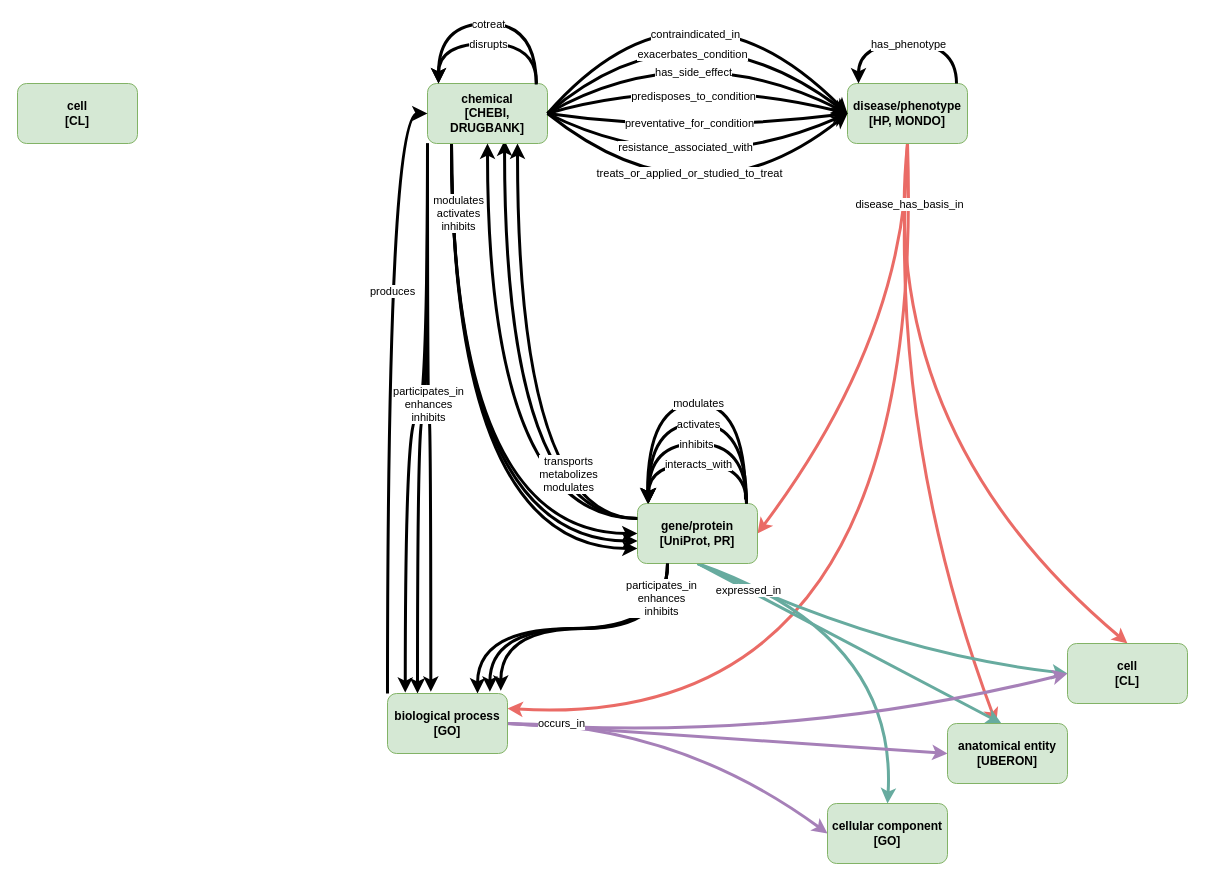
This is docs/tmkp-targeted-kg.drawio from UCDenver-ccp/translator-relation-extraction, a draw.io file, before an edit. Source tidied: cells renumbered, new cells numbered last; positions are measured from the earlier drawing's top-left corner, leaving out a move shared by most shapes. Both pictures are drawn from the tidied source at 100%, with x=0, y=0 at pixel (17, -47).
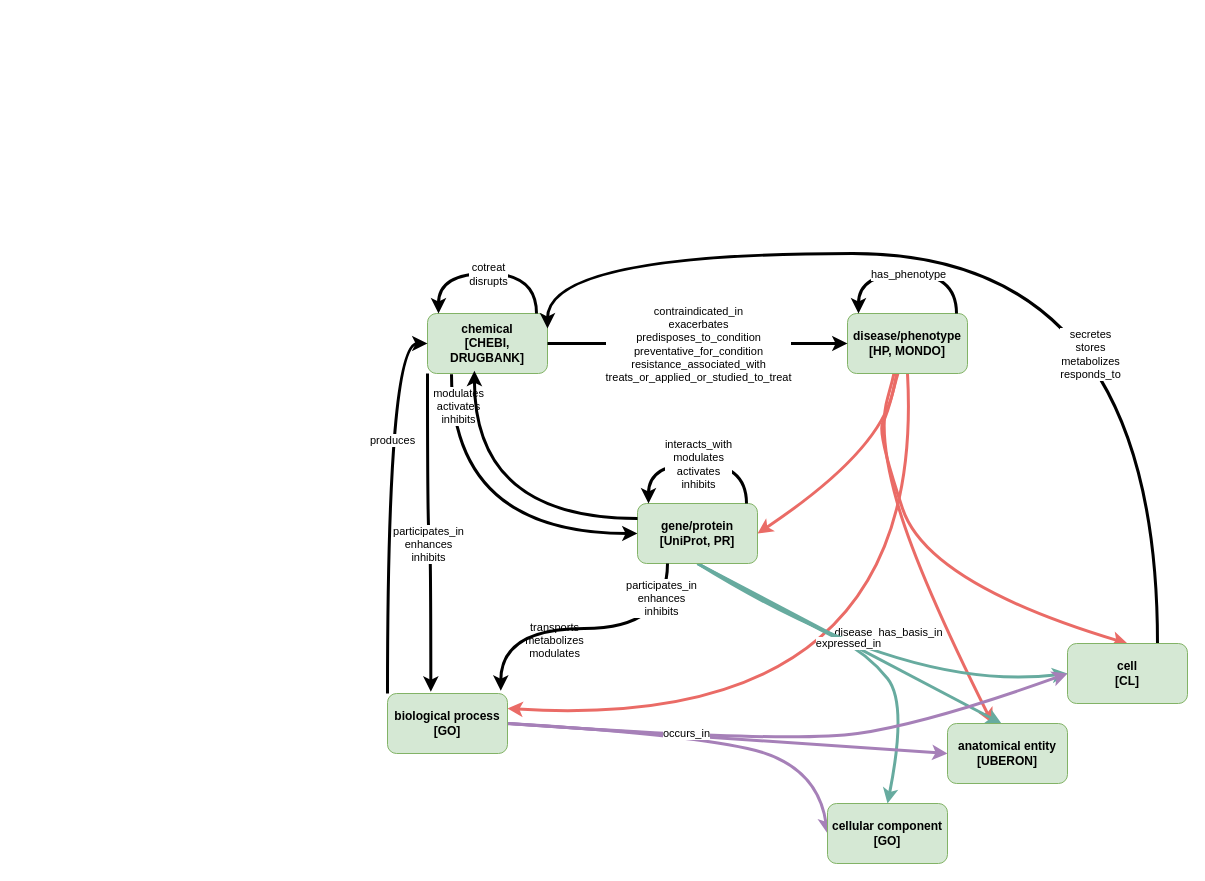
After the change.

Unchanged cells that the change refers to:
```xml
<mxCell id="13" style="rounded=0;jettySize=auto;html=1;exitX=0.5;exitY=1;exitDx=0;exitDy=0;entryX=1;entryY=0.25;entryDx=0;entryDy=0;curved=1;strokeWidth=3;strokeColor=#EA6B66;" parent="1" edge="1" source="15" target="29">
  <mxGeometry relative="1" as="geometry">
    <Array as="points">
      <mxPoint x="910" y="780" />
    </Array>
  </mxGeometry>
</mxCell>
<mxCell id="21" value="&lt;b&gt;gene/protein&lt;/b&gt;&lt;div&gt;&lt;b&gt;[UniProt, PR&lt;/b&gt;&lt;b style=&quot;background-color: initial;&quot;&gt;]&lt;/b&gt;&lt;/div&gt;" style="rounded=1;whiteSpace=wrap;html=1;fillColor=#d5e8d4;strokeColor=#82b366;" parent="1" vertex="1">
  <mxGeometry x="620" y="550" width="120" height="60" as="geometry" />
</mxCell>
<mxCell id="22" value="&lt;div&gt;&lt;b&gt;cell&lt;/b&gt;&lt;/div&gt;&lt;div&gt;&lt;b&gt;[CL]&lt;/b&gt;&lt;/div&gt;" style="rounded=1;whiteSpace=wrap;html=1;fillColor=#d5e8d4;strokeColor=#82b366;" parent="1" vertex="1">
  <mxGeometry x="1050" y="690" width="120" height="60" as="geometry" />
</mxCell>
<mxCell id="29" value="&lt;div&gt;&lt;b&gt;biological process&lt;/b&gt;&lt;/div&gt;&lt;div&gt;&lt;b&gt;[GO]&lt;/b&gt;&lt;/div&gt;" style="rounded=1;whiteSpace=wrap;html=1;fillColor=#d5e8d4;strokeColor=#82b366;" parent="1" vertex="1">
  <mxGeometry x="370" y="740" width="120" height="60" as="geometry" />
</mxCell>
<mxCell id="30" value="&lt;div&gt;&lt;b&gt;cellular component [GO]&lt;/b&gt;&lt;/div&gt;" style="rounded=1;whiteSpace=wrap;html=1;fillColor=#d5e8d4;strokeColor=#82b366;" parent="1" vertex="1">
  <mxGeometry x="810" y="850" width="120" height="60" as="geometry" />
</mxCell>
<mxCell id="31" value="&lt;b&gt;anatomical entity&lt;/b&gt;&lt;br&gt;&lt;div&gt;&lt;b&gt;[UBERON]&lt;/b&gt;&lt;/div&gt;" style="rounded=1;whiteSpace=wrap;html=1;fillColor=#d5e8d4;strokeColor=#82b366;" parent="1" vertex="1">
  <mxGeometry x="930" y="770" width="120" height="60" as="geometry" />
</mxCell>
<mxCell id="53" style="edgeStyle=orthogonalEdgeStyle;rounded=0;orthogonalLoop=1;jettySize=auto;html=1;curved=1;strokeWidth=3;" parent="1" edge="1">
  <mxGeometry relative="1" as="geometry">
    <mxPoint x="729" y="550" as="sourcePoint" />
    <mxPoint x="631" y="550" as="targetPoint" />
    <Array as="points">
      <mxPoint x="729" y="510" />
      <mxPoint x="631" y="510" />
    </Array>
  </mxGeometry>
</mxCell>
```

The edit, as a diff of the source:
```diff
@@
-    <mxCell id="2" style="edgeStyle=orthogonalEdgeStyle;rounded=0;jettySize=auto;html=1;exitX=0;exitY=0.25;exitDx=0;exitDy=0;entryX=0.75;entryY=1;entryDx=0;entryDy=0;strokeWidth=3;curved=1;" parent="1" edge="1" source="21" target="9">
-      <mxGeometry relative="1" as="geometry" />
-    </mxCell>
-    <mxCell id="3" style="edgeStyle=orthogonalEdgeStyle;rounded=0;jettySize=auto;html=1;exitX=0;exitY=0.25;exitDx=0;exitDy=0;entryX=0.642;entryY=0.95;entryDx=0;entryDy=0;entryPerimeter=0;curved=1;strokeWidth=3;" parent="1" edge="1" source="21" target="9">
-      <mxGeometry relative="1" as="geometry" />
-    </mxCell>
-    <mxCell id="4" style="edgeStyle=orthogonalEdgeStyle;rounded=0;jettySize=auto;html=1;exitX=0.2;exitY=0.992;exitDx=0;exitDy=0;entryX=0;entryY=0.75;entryDx=0;entryDy=0;curved=1;strokeWidth=3;exitPerimeter=0;" parent="1" edge="1" source="9" target="21">
-      <mxGeometry relative="1" as="geometry" />
-    </mxCell>
-    <mxCell id="5" style="edgeStyle=orthogonalEdgeStyle;rounded=0;jettySize=auto;html=1;exitX=0.2;exitY=0.983;exitDx=0;exitDy=0;entryX=0.002;entryY=0.625;entryDx=0;entryDy=0;strokeWidth=3;curved=1;exitPerimeter=0;entryPerimeter=0;" parent="1" edge="1" source="9" target="21">
-      <mxGeometry relative="1" as="geometry" />
-    </mxCell>
@@
-    <mxCell id="8" style="edgeStyle=orthogonalEdgeStyle;rounded=0;jettySize=auto;html=1;exitX=0;exitY=1;exitDx=0;exitDy=0;entryX=0.25;entryY=0;entryDx=0;entryDy=0;strokeWidth=3;curved=1;" parent="1" edge="1" source="9" target="29">
-      <mxGeometry relative="1" as="geometry" />
-    </mxCell>
     <mxCell id="9" value="&lt;b&gt;chemical&lt;/b&gt;&lt;div&gt;&lt;b&gt;[CHEBI, DRUGBANK]&lt;/b&gt;&lt;/div&gt;" style="rounded=1;whiteSpace=wrap;html=1;fillColor=#d5e8d4;strokeColor=#82b366;" parent="1" vertex="1">
-      <mxGeometry x="410" y="130" width="120" height="60" as="geometry" />
+      <mxGeometry x="410" y="360" width="120" height="60" as="geometry" />
     </mxCell>
     <mxCell id="10" style="rounded=0;jettySize=auto;html=1;exitX=0.5;exitY=1;exitDx=0;exitDy=0;curved=1;strokeWidth=3;strokeColor=#EA6B66;" parent="1" edge="1" source="15" target="31">
       <mxGeometry relative="1" as="geometry">
         <Array as="points">
-          <mxPoint x="870" y="480" />
+          <mxPoint x="890" y="340" />
+          <mxPoint x="880" y="410" />
+          <mxPoint x="860" y="480" />
+          <mxPoint x="900" y="620" />
         </Array>
       </mxGeometry>
     </mxCell>
     <mxCell id="11" style="rounded=0;jettySize=auto;html=1;exitX=0.5;exitY=1;exitDx=0;exitDy=0;entryX=0.5;entryY=0;entryDx=0;entryDy=0;curved=1;strokeWidth=3;strokeColor=#EA6B66;" parent="1" edge="1" source="15" target="22">
       <mxGeometry relative="1" as="geometry">
         <Array as="points">
+          <mxPoint x="890" y="340" />
+          <mxPoint x="880" y="420" />
+          <mxPoint x="870" y="460" />
           <mxPoint x="860" y="480" />
+          <mxPoint x="910" y="630" />
         </Array>
       </mxGeometry>
     </mxCell>
     <mxCell id="12" style="rounded=0;jettySize=auto;html=1;exitX=0.5;exitY=1;exitDx=0;exitDy=0;entryX=1;entryY=0.5;entryDx=0;entryDy=0;curved=1;strokeWidth=3;strokeColor=#EA6B66;" parent="1" edge="1" source="15" target="21">
       <mxGeometry relative="1" as="geometry">
         <Array as="points">
           <mxPoint x="890" y="380" />
+          <mxPoint x="860" y="500" />
         </Array>
       </mxGeometry>
     </mxCell>
@@
     <mxCell id="14" value="disease_has_basis_in" style="edgeLabel;html=1;align=center;verticalAlign=middle;" parent="13" vertex="1">
-      <mxGeometry x="-0.88" y="-1" relative="1" as="geometry" />
+      <mxGeometry x="-0.88" y="-1" relative="1" as="geometry">
+        <mxPoint x="-21" y="212" as="offset" />
+      </mxGeometry>
     </mxCell>
     <mxCell id="15" value="&lt;b&gt;disease/phenotype&lt;/b&gt;&lt;div&gt;&lt;b&gt;[HP, MONDO]&lt;/b&gt;&lt;/div&gt;" style="rounded=1;whiteSpace=wrap;html=1;fillColor=#d5e8d4;strokeColor=#82b366;" parent="1" vertex="1">
-      <mxGeometry x="830" y="130" width="120" height="60" as="geometry" />
+      <mxGeometry x="830" y="360" width="120" height="60" as="geometry" />
     </mxCell>
     <mxCell id="16" style="rounded=0;jettySize=auto;html=1;exitX=0.5;exitY=1;exitDx=0;exitDy=0;entryX=0.5;entryY=0;entryDx=0;entryDy=0;curved=1;strokeWidth=3;strokeColor=#67AB9F;" parent="1" edge="1" source="21" target="30">
       <mxGeometry relative="1" as="geometry">
         <Array as="points">
-          <mxPoint x="880" y="680" />
+          <mxPoint x="790" y="670" />
+          <mxPoint x="850" y="700" />
+          <mxPoint x="890" y="750" />
         </Array>
       </mxGeometry>
     </mxCell>
@@
     <mxCell id="18" style="rounded=0;jettySize=auto;html=1;exitX=0.5;exitY=1;exitDx=0;exitDy=0;entryX=0;entryY=0.5;entryDx=0;entryDy=0;curved=1;strokeWidth=3;strokeColor=#67AB9F;" parent="1" edge="1" source="21" target="22">
       <mxGeometry relative="1" as="geometry">
         <Array as="points">
-          <mxPoint x="870" y="700" />
+          <mxPoint x="890" y="740" />
         </Array>
       </mxGeometry>
     </mxCell>
     <mxCell id="19" value="expressed_in" style="edgeLabel;html=1;align=center;verticalAlign=middle;" parent="18" vertex="1">
-      <mxGeometry x="-0.71" y="-2" relative="1" as="geometry" />
+      <mxGeometry x="-0.71" y="-2" relative="1" as="geometry">
+        <mxPoint x="101" y="47" as="offset" />
+      </mxGeometry>
     </mxCell>
-    <mxCell id="20" style="edgeStyle=orthogonalEdgeStyle;rounded=0;jettySize=auto;html=1;exitX=0.25;exitY=1;exitDx=0;exitDy=0;entryX=0.75;entryY=0;entryDx=0;entryDy=0;curved=1;strokeWidth=3;" parent="1" edge="1" source="21" target="29">
-      <mxGeometry relative="1" as="geometry" />
-    </mxCell>
@@
+    <mxCell id="69" style="edgeStyle=orthogonalEdgeStyle;rounded=0;jettySize=auto;html=1;exitX=0.75;exitY=0;exitDx=0;exitDy=0;entryX=1;entryY=0.25;entryDx=0;entryDy=0;curved=1;strokeWidth=3;" parent="1" edge="1" source="22" target="9">
+      <mxGeometry relative="1" as="geometry">
+        <Array as="points">
+          <mxPoint x="1140" y="300" />
+          <mxPoint x="530" y="300" />
+        </Array>
+      </mxGeometry>
+    </mxCell>
+    <mxCell id="70" value="secretes&lt;div&gt;stores&lt;/div&gt;&lt;div&gt;metabolizes&lt;/div&gt;&lt;div&gt;responds_to&lt;/div&gt;" style="edgeLabel;html=1;align=center;verticalAlign=middle;" parent="69" vertex="1">
+      <mxGeometry x="0.21" y="-11" relative="1" as="geometry">
+        <mxPoint x="192" y="111" as="offset" />
+      </mxGeometry>
+    </mxCell>
@@
     <mxCell id="23" style="rounded=0;jettySize=auto;html=1;exitX=1;exitY=0.5;exitDx=0;exitDy=0;entryX=0;entryY=0.5;entryDx=0;entryDy=0;curved=1;strokeColor=#A680B8;strokeWidth=3;" parent="1" edge="1" source="29" target="30">
       <mxGeometry relative="1" as="geometry">
         <Array as="points">
-          <mxPoint x="660" y="770" />
+          <mxPoint x="660" y="780" />
+          <mxPoint x="800" y="810" />
         </Array>
       </mxGeometry>
     </mxCell>
@@
     <mxCell id="25" style="rounded=0;jettySize=auto;html=1;entryX=0;entryY=0.5;entryDx=0;entryDy=0;exitX=1;exitY=0.5;exitDx=0;exitDy=0;curved=1;strokeColor=#A680B8;strokeWidth=3;" parent="1" edge="1" source="29" target="22">
       <mxGeometry relative="1" as="geometry">
         <Array as="points">
           <mxPoint x="770" y="790" />
+          <mxPoint x="910" y="770" />
         </Array>
       </mxGeometry>
     </mxCell>
     <mxCell id="26" value="occurs_in" style="edgeLabel;html=1;align=center;verticalAlign=middle;" parent="25" vertex="1">
       <mxGeometry x="-0.81" relative="1" as="geometry">
-        <mxPoint y="-4" as="offset" />
+        <mxPoint x="125" y="6" as="offset" />
       </mxGeometry>
     </mxCell>
@@
-    <mxCell id="32" style="endArrow=classic;html=1;rounded=0;exitX=1;exitY=0.5;exitDx=0;exitDy=0;entryX=0;entryY=0.5;entryDx=0;entryDy=0;curved=1;strokeWidth=3;" parent="1" edge="1" source="9" target="15">
-      <mxGeometry relative="1" as="geometry">
-        <Array as="points">
-          <mxPoint x="670" y="40" />
-        </Array>
-      </mxGeometry>
-    </mxCell>
-    <mxCell id="33" value="exacerbates_condition" style="edgeLabel;html=1;align=center;verticalAlign=middle;" parent="32" vertex="1">
-      <mxGeometry x="0.42" y="-32" relative="1" as="geometry">
-        <mxPoint x="-47" y="-18" as="offset" />
-      </mxGeometry>
-    </mxCell>
-    <mxCell id="34" style="endArrow=classic;html=1;rounded=0;entryX=0;entryY=0.5;entryDx=0;entryDy=0;curved=1;exitX=1;exitY=0.5;exitDx=0;exitDy=0;strokeWidth=3;" parent="1" edge="1" source="9" target="15">
-      <mxGeometry relative="1" as="geometry">
-        <Array as="points">
-          <mxPoint x="670" y="80" />
-        </Array>
-      </mxGeometry>
-    </mxCell>
-    <mxCell id="35" value="has_side_effect" style="edgeLabel;html=1;align=center;verticalAlign=middle;" parent="34" vertex="1">
-      <mxGeometry x="0.42" y="-32" relative="1" as="geometry">
-        <mxPoint x="-52" y="-26" as="offset" />
-      </mxGeometry>
-    </mxCell>
-    <mxCell id="36" style="endArrow=classic;html=1;rounded=0;exitX=1;exitY=0.5;exitDx=0;exitDy=0;entryX=0;entryY=0.5;entryDx=0;entryDy=0;curved=1;strokeWidth=3;" parent="1" edge="1" source="9" target="15">
-      <mxGeometry relative="1" as="geometry">
-        <Array as="points">
-          <mxPoint x="670" y="120" />
-        </Array>
-      </mxGeometry>
-    </mxCell>
-    <mxCell id="37" value="predisposes_to_condition" style="edgeLabel;html=1;align=center;verticalAlign=middle;" parent="36" vertex="1">
-      <mxGeometry x="0.42" y="-32" relative="1" as="geometry">
-        <mxPoint x="-59" y="-27" as="offset" />
-      </mxGeometry>
-    </mxCell>
-    <mxCell id="38" style="endArrow=classic;html=1;rounded=0;curved=1;entryX=0;entryY=0.5;entryDx=0;entryDy=0;exitX=1;exitY=0.5;exitDx=0;exitDy=0;strokeWidth=3;" parent="1" edge="1" source="9" target="15">
-      <mxGeometry relative="1" as="geometry">
-        <Array as="points">
-          <mxPoint x="670" y="180" />
-        </Array>
-      </mxGeometry>
-    </mxCell>
-    <mxCell id="39" value="preventative_for_condition" style="edgeLabel;html=1;align=center;verticalAlign=middle;" parent="38" vertex="1">
-      <mxGeometry x="0.42" y="-32" relative="1" as="geometry">
-        <mxPoint x="-75" y="-33" as="offset" />
-      </mxGeometry>
-    </mxCell>
     <mxCell id="40" style="endArrow=classic;html=1;rounded=0;exitX=1;exitY=0.5;exitDx=0;exitDy=0;entryX=0;entryY=0.5;entryDx=0;entryDy=0;curved=1;strokeWidth=3;" parent="1" edge="1" source="9" target="15">
-      <mxGeometry relative="1" as="geometry">
-        <Array as="points">
-          <mxPoint x="670" />
-        </Array>
-      </mxGeometry>
+      <mxGeometry relative="1" as="geometry" />
     </mxCell>
-    <mxCell id="41" value="contraindicated_in" style="edgeLabel;html=1;align=center;verticalAlign=middle;" parent="40" vertex="1">
+    <mxCell id="41" value="contraindicated_in&lt;div&gt;exacerbates&lt;/div&gt;&lt;div&gt;predisposes_to_condition&lt;/div&gt;&lt;div&gt;preventative_for_condition&lt;/div&gt;&lt;div&gt;resistance_associated_with&lt;/div&gt;&lt;div&gt;treats_or_applied_or_studied_to_treat&lt;/div&gt;" style="edgeLabel;html=1;align=center;verticalAlign=middle;" parent="40" vertex="1">
       <mxGeometry x="0.42" y="-32" relative="1" as="geometry">
-        <mxPoint x="-40" y="-12" as="offset" />
+        <mxPoint x="-63" y="-32" as="offset" />
       </mxGeometry>
     </mxCell>
-    <mxCell id="42" style="endArrow=classic;html=1;rounded=0;curved=1;entryX=0;entryY=0.5;entryDx=0;entryDy=0;exitX=1;exitY=0.5;exitDx=0;exitDy=0;strokeWidth=3;" parent="1" edge="1" source="9" target="15">
-      <mxGeometry relative="1" as="geometry">
-        <Array as="points">
-          <mxPoint x="670" y="230" />
-        </Array>
-      </mxGeometry>
-    </mxCell>
-    <mxCell id="43" value="resistance_associated_with" style="edgeLabel;html=1;align=center;verticalAlign=middle;" parent="42" vertex="1">
-      <mxGeometry x="0.42" y="-32" relative="1" as="geometry">
-        <mxPoint x="-87" y="-34" as="offset" />
-      </mxGeometry>
-    </mxCell>
-    <mxCell id="44" style="endArrow=classic;html=1;rounded=0;curved=1;entryX=0;entryY=0.5;entryDx=0;entryDy=0;exitX=1;exitY=0.5;exitDx=0;exitDy=0;strokeWidth=3;" parent="1" edge="1" source="9" target="15">
-      <mxGeometry relative="1" as="geometry">
-        <Array as="points">
-          <mxPoint x="680" y="280" />
-        </Array>
-      </mxGeometry>
-    </mxCell>
-    <mxCell id="45" value="treats_or_applied_or_studied_to_treat" style="edgeLabel;html=1;align=center;verticalAlign=middle;" parent="44" vertex="1">
-      <mxGeometry x="0.42" y="-32" relative="1" as="geometry">
-        <mxPoint x="-92" y="-35" as="offset" />
-      </mxGeometry>
-    </mxCell>
-    <mxCell id="46" value="&lt;div&gt;&lt;b&gt;cell&lt;/b&gt;&lt;/div&gt;&lt;div&gt;&lt;b&gt;[CL]&lt;/b&gt;&lt;/div&gt;" style="rounded=1;whiteSpace=wrap;html=1;fillColor=#d5e8d4;strokeColor=#82b366;" parent="1" vertex="1">
-      <mxGeometry y="130" width="120" height="60" as="geometry" />
-    </mxCell>
-    <mxCell id="47" style="edgeStyle=orthogonalEdgeStyle;rounded=0;jettySize=auto;html=1;exitX=0.9;exitY=-0.067;exitDx=0;exitDy=0;curved=1;exitPerimeter=0;strokeWidth=3;" parent="1" edge="1" source="21">
-      <mxGeometry relative="1" as="geometry">
-        <mxPoint x="630" y="550" as="targetPoint" />
-        <Array as="points">
-          <mxPoint x="728" y="450" />
-          <mxPoint x="630" y="450" />
-        </Array>
-      </mxGeometry>
-    </mxCell>
-    <mxCell id="48" value="modulates" style="edgeLabel;html=1;align=center;verticalAlign=middle;" parent="47" vertex="1">
-      <mxGeometry x="-0.85" y="1" relative="1" as="geometry">
-        <mxPoint x="-47" y="-74" as="offset" />
-      </mxGeometry>
-    </mxCell>
-    <mxCell id="49" style="edgeStyle=orthogonalEdgeStyle;rounded=0;orthogonalLoop=1;jettySize=auto;html=1;curved=1;strokeWidth=3;" parent="1" edge="1">
-      <mxGeometry relative="1" as="geometry">
-        <mxPoint x="729" y="550" as="sourcePoint" />
-        <mxPoint x="631" y="550" as="targetPoint" />
-        <Array as="points">
-          <mxPoint x="729" y="470" />
-          <mxPoint x="631" y="470" />
-        </Array>
-      </mxGeometry>
-    </mxCell>
-    <mxCell id="50" value="activates" style="edgeLabel;html=1;align=center;verticalAlign=middle;" parent="49" vertex="1">
-      <mxGeometry x="-0.85" y="1" relative="1" as="geometry">
-        <mxPoint x="-48" y="-61" as="offset" />
-      </mxGeometry>
-    </mxCell>
-    <mxCell id="51" style="edgeStyle=orthogonalEdgeStyle;rounded=0;orthogonalLoop=1;jettySize=auto;html=1;curved=1;strokeWidth=3;" parent="1" edge="1">
-      <mxGeometry relative="1" as="geometry">
-        <mxPoint x="729" y="550" as="sourcePoint" />
-        <mxPoint x="631" y="550" as="targetPoint" />
-        <Array as="points">
-          <mxPoint x="729" y="490" />
-          <mxPoint x="631" y="490" />
-        </Array>
-      </mxGeometry>
-    </mxCell>
-    <mxCell id="52" value="inhibits" style="edgeLabel;html=1;align=center;verticalAlign=middle;" parent="51" vertex="1">
-      <mxGeometry x="-0.02" relative="1" as="geometry">
-        <mxPoint x="-4" as="offset" />
-      </mxGeometry>
-    </mxCell>
@@
-    <mxCell id="54" value="interacts_with" style="edgeLabel;html=1;align=center;verticalAlign=middle;" parent="53" vertex="1">
+    <mxCell id="54" value="interacts_with&lt;div&gt;modulates&lt;/div&gt;&lt;div&gt;activates&lt;/div&gt;&lt;div&gt;inhibits&lt;/div&gt;" style="edgeLabel;html=1;align=center;verticalAlign=middle;" parent="53" vertex="1">
       <mxGeometry x="-0.02" relative="1" as="geometry">
         <mxPoint x="-2" as="offset" />
       </mxGeometry>
     </mxCell>
-    <mxCell id="55" style="edgeStyle=orthogonalEdgeStyle;rounded=0;jettySize=auto;html=1;exitX=0;exitY=0.25;exitDx=0;exitDy=0;entryX=0.5;entryY=1;entryDx=0;entryDy=0;curved=1;strokeWidth=3;" parent="1" edge="1" source="21" target="9">
+    <mxCell id="55" style="edgeStyle=orthogonalEdgeStyle;rounded=0;jettySize=auto;html=1;exitX=0;exitY=0.25;exitDx=0;exitDy=0;entryX=0.391;entryY=0.955;entryDx=0;entryDy=0;curved=1;strokeWidth=3;entryPerimeter=0;" parent="1" edge="1" source="21" target="9">
       <mxGeometry relative="1" as="geometry" />
     </mxCell>
@@
     <mxCell id="57" style="edgeStyle=orthogonalEdgeStyle;rounded=0;orthogonalLoop=1;jettySize=auto;html=1;curved=1;strokeWidth=3;" parent="1" edge="1">
       <mxGeometry relative="1" as="geometry">
-        <mxPoint x="519" y="130" as="sourcePoint" />
-        <mxPoint x="421" y="130" as="targetPoint" />
+        <mxPoint x="519" y="360" as="sourcePoint" />
+        <mxPoint x="421" y="360" as="targetPoint" />
         <Array as="points">
-          <mxPoint x="519" y="90" />
-          <mxPoint x="421" y="90" />
+          <mxPoint x="519" y="320" />
+          <mxPoint x="421" y="320" />
         </Array>
       </mxGeometry>
     </mxCell>
-    <mxCell id="58" value="disrupts" style="edgeLabel;html=1;align=center;verticalAlign=middle;" parent="57" vertex="1">
+    <mxCell id="58" value="cotreat&lt;div&gt;disrupts&lt;/div&gt;" style="edgeLabel;html=1;align=center;verticalAlign=middle;" parent="57" vertex="1">
       <mxGeometry x="-0.02" relative="1" as="geometry">
         <mxPoint x="-2" as="offset" />
       </mxGeometry>
     </mxCell>
-    <mxCell id="59" style="edgeStyle=orthogonalEdgeStyle;rounded=0;jettySize=auto;html=1;curved=1;strokeWidth=3;exitX=0.906;exitY=0.015;exitDx=0;exitDy=0;exitPerimeter=0;" parent="1" edge="1" source="9">
-      <mxGeometry relative="1" as="geometry">
-        <mxPoint x="421" y="130" as="targetPoint" />
-        <Array as="points">
-          <mxPoint x="519" y="70" />
-          <mxPoint x="421" y="70" />
-        </Array>
-      </mxGeometry>
-    </mxCell>
-    <mxCell id="60" value="cotreat" style="edgeLabel;html=1;align=center;verticalAlign=middle;" parent="59" vertex="1">
-      <mxGeometry x="-0.02" relative="1" as="geometry">
-        <mxPoint x="-2" as="offset" />
-      </mxGeometry>
-    </mxCell>
     <mxCell id="61" style="edgeStyle=orthogonalEdgeStyle;rounded=0;orthogonalLoop=1;jettySize=auto;html=1;curved=1;strokeWidth=3;" parent="1" edge="1">
       <mxGeometry relative="1" as="geometry">
-        <mxPoint x="939" y="130" as="sourcePoint" />
-        <mxPoint x="841" y="130" as="targetPoint" />
+        <mxPoint x="939" y="360" as="sourcePoint" />
+        <mxPoint x="841" y="360" as="targetPoint" />
         <Array as="points">
-          <mxPoint x="939" y="90" />
-          <mxPoint x="841" y="90" />
+          <mxPoint x="939" y="320" />
+          <mxPoint x="841" y="320" />
         </Array>
       </mxGeometry>
     </mxCell>
@@
-    <mxCell id="63" style="edgeStyle=orthogonalEdgeStyle;rounded=0;jettySize=auto;html=1;exitX=0.25;exitY=1;exitDx=0;exitDy=0;entryX=0.853;entryY=-0.03;entryDx=0;entryDy=0;entryPerimeter=0;curved=1;strokeWidth=3;" parent="1" edge="1" source="21" target="29">
-      <mxGeometry relative="1" as="geometry" />
-    </mxCell>
@@
-    <mxCell id="66" style="edgeStyle=orthogonalEdgeStyle;rounded=0;jettySize=auto;html=1;exitX=0;exitY=1;exitDx=0;exitDy=0;entryX=0.148;entryY=-0.015;entryDx=0;entryDy=0;entryPerimeter=0;curved=1;strokeWidth=3;" parent="1" edge="1" source="9" target="29">
-      <mxGeometry relative="1" as="geometry" />
-    </mxCell>
```
